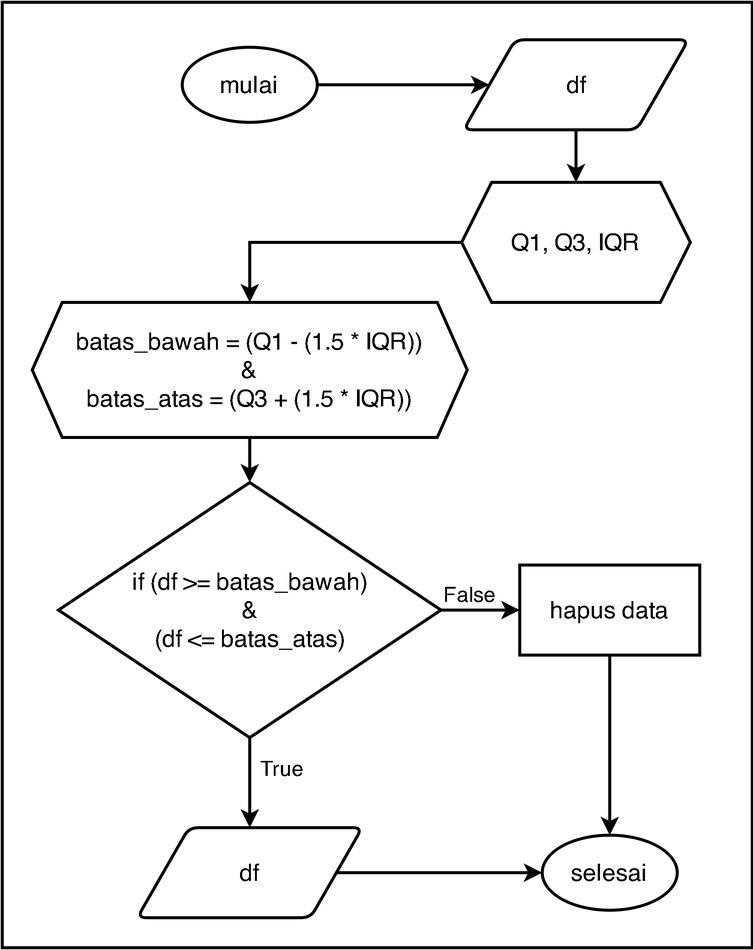
Earlier version of the draw.io export Images/flowchart_menghapus_outlier.png (rshby/skripsi). Source tidied: cells renumbered, new cells last; positions are measured from the earlier drawing's top-left corner, leaving out a move shared by most shapes. The source it was exported from:
```xml
<mxGraphModel>
  <root>
    <mxCell id="0" />
    <mxCell id="1" parent="0" />
    <mxCell id="2" style="group;" parent="1" vertex="1">
      <mxGeometry width="500" height="630" as="geometry" />
    </mxCell>
    <mxCell id="3" style="rounded=0;whiteSpace=wrap;html=1;strokeWidth=2;" parent="2" vertex="1">
      <mxGeometry width="500" height="630" as="geometry" />
    </mxCell>
    <mxCell id="4" value="&lt;font style=&quot;font-size: 16px&quot;&gt;mulai&lt;/font&gt;" style="strokeWidth=2;html=1;shape=mxgraph.flowchart.start_1;whiteSpace=wrap;" parent="2" vertex="1">
      <mxGeometry x="120" y="30" width="90" height="50" as="geometry" />
    </mxCell>
    <mxCell id="5" value="&lt;font style=&quot;font-size: 16px&quot;&gt;df&lt;/font&gt;" style="shape=parallelogram;html=1;strokeWidth=2;perimeter=parallelogramPerimeter;whiteSpace=wrap;rounded=1;arcSize=12;size=0.23;" parent="2" vertex="1">
      <mxGeometry x="307.5" y="25" width="150" height="60" as="geometry" />
    </mxCell>
    <mxCell id="6" style="endArrow=classic;html=1;strokeWidth=2;exitX=1;exitY=0.5;exitDx=0;exitDy=0;exitPerimeter=0;entryX=0;entryY=0.5;entryDx=0;entryDy=0;" parent="2" edge="1" source="4" target="5">
      <mxGeometry x="20" as="geometry" />
    </mxCell>
    <mxCell id="7" value="&lt;span style=&quot;font-size: 16px&quot;&gt;selesai&lt;/span&gt;" style="strokeWidth=2;html=1;shape=mxgraph.flowchart.start_1;whiteSpace=wrap;" parent="2" vertex="1">
      <mxGeometry x="360" y="555" width="90" height="50" as="geometry" />
    </mxCell>
    <mxCell id="8" value="&lt;font style=&quot;font-size: 16px&quot;&gt;df&lt;/font&gt;" style="shape=parallelogram;html=1;strokeWidth=2;perimeter=parallelogramPerimeter;whiteSpace=wrap;rounded=1;arcSize=12;size=0.23;" parent="2" vertex="1">
      <mxGeometry x="90" y="550" width="150" height="60" as="geometry" />
    </mxCell>
    <mxCell id="9" style="endArrow=classic;html=1;exitX=1;exitY=0.5;exitDx=0;exitDy=0;entryX=0;entryY=0.5;entryDx=0;entryDy=0;entryPerimeter=0;strokeWidth=2;" parent="2" edge="1" source="8" target="7">
      <mxGeometry x="20" as="geometry" />
    </mxCell>
    <mxCell id="10" value="&lt;font style=&quot;font-size: 16px&quot;&gt;if (df &amp;gt;= batas_bawah)&lt;br&gt;&amp;amp;&lt;br&gt;(df &amp;lt;= batas_atas)&lt;/font&gt;" style="rhombus;whiteSpace=wrap;html=1;strokeWidth=2;" parent="2" vertex="1">
      <mxGeometry x="37.5" y="320" width="255" height="170" as="geometry" />
    </mxCell>
    <mxCell id="11" style="endArrow=classic;html=1;strokeWidth=2;exitX=0.5;exitY=1;exitDx=0;exitDy=0;entryX=0.5;entryY=0;entryDx=0;entryDy=0;" parent="2" edge="1" source="10" target="8">
      <mxGeometry x="20" as="geometry" />
    </mxCell>
    <mxCell id="12" style="endArrow=classic;html=1;strokeWidth=2;exitX=0.5;exitY=1;exitDx=0;exitDy=0;entryX=0.5;entryY=0;entryDx=0;entryDy=0;" parent="2" edge="1" source="5" target="18">
      <mxGeometry x="20" as="geometry" />
    </mxCell>
    <mxCell id="13" value="&lt;font style=&quot;font-size: 16px&quot;&gt;hapus data&lt;/font&gt;" style="rounded=0;whiteSpace=wrap;html=1;strokeWidth=2;" parent="2" vertex="1">
      <mxGeometry x="345" y="375" width="120" height="60" as="geometry" />
    </mxCell>
    <mxCell id="14" style="endArrow=classic;html=1;strokeWidth=2;exitX=1;exitY=0.5;exitDx=0;exitDy=0;entryX=0;entryY=0.5;entryDx=0;entryDy=0;" parent="2" edge="1" source="10" target="13">
      <mxGeometry x="20" as="geometry" />
    </mxCell>
    <mxCell id="15" style="endArrow=classic;html=1;strokeWidth=2;exitX=0.5;exitY=1;exitDx=0;exitDy=0;entryX=0.5;entryY=0;entryDx=0;entryDy=0;entryPerimeter=0;" parent="2" edge="1" source="13" target="7">
      <mxGeometry x="20" as="geometry" />
    </mxCell>
    <mxCell id="16" value="&lt;font style=&quot;font-size: 14px&quot;&gt;False&lt;/font&gt;" style="text;html=1;strokeColor=none;fillColor=none;align=center;verticalAlign=middle;whiteSpace=wrap;rounded=0;" parent="2" vertex="1">
      <mxGeometry x="292" y="384" width="40" height="20" as="geometry" />
    </mxCell>
    <mxCell id="17" value="&lt;font style=&quot;font-size: 14px&quot;&gt;True&lt;/font&gt;" style="text;html=1;strokeColor=none;fillColor=none;align=center;verticalAlign=middle;whiteSpace=wrap;rounded=0;" parent="2" vertex="1">
      <mxGeometry x="167" y="500" width="40" height="20" as="geometry" />
    </mxCell>
    <mxCell id="18" value="&lt;font style=&quot;font-size: 16px&quot;&gt;Q1, Q3, IQR&lt;/font&gt;" style="shape=hexagon;perimeter=hexagonPerimeter2;whiteSpace=wrap;html=1;fixedSize=1;strokeWidth=2;" parent="2" vertex="1">
      <mxGeometry x="306.2" y="120" width="152.5" height="80" as="geometry" />
    </mxCell>
    <mxCell id="19" value="&lt;font style=&quot;font-size: 16px&quot;&gt;batas_bawah = (Q1 - (1.5 * IQR))&lt;br&gt;&amp;amp;&lt;br&gt;batas_atas = (Q3 + (1.5 * IQR))&lt;/font&gt;" style="shape=hexagon;perimeter=hexagonPerimeter2;whiteSpace=wrap;html=1;fixedSize=1;strokeWidth=2;" parent="2" vertex="1">
      <mxGeometry x="20" y="200" width="290" height="90" as="geometry" />
    </mxCell>
    <mxCell id="20" style="endArrow=classic;html=1;strokeWidth=2;exitX=0.5;exitY=1;exitDx=0;exitDy=0;entryX=0.5;entryY=0;entryDx=0;entryDy=0;" parent="2" edge="1" source="19" target="10">
      <mxGeometry relative="1" as="geometry" />
    </mxCell>
    <mxCell id="21" style="endArrow=classic;html=1;strokeWidth=2;exitX=0;exitY=0.5;exitDx=0;exitDy=0;entryX=0.5;entryY=0;entryDx=0;entryDy=0;rounded=0;" parent="2" edge="1" source="18" target="19">
      <mxGeometry relative="1" as="geometry">
        <Array as="points">
          <mxPoint x="165" y="160" />
        </Array>
      </mxGeometry>
    </mxCell>
  </root>
</mxGraphModel>
```
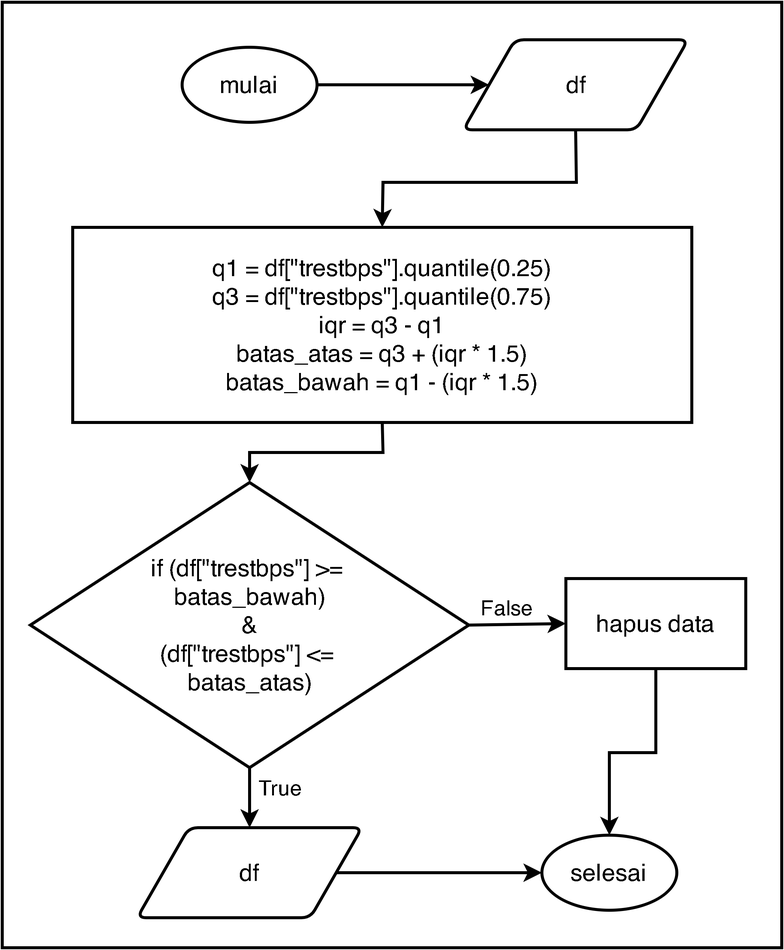
Later version of the same file.

Commit message:
Update Gambar FLowchart

What changed in the source:
```diff
@@ -2,69 +2,74 @@
   <root>
     <mxCell id="0" />
     <mxCell id="1" parent="0" />
-    <mxCell id="2" style="group;" parent="1" vertex="1">
-      <mxGeometry width="500" height="630" as="geometry" />
-    </mxCell>
+    <mxCell id="22" style="group;" parent="1" vertex="1">
+      <mxGeometry width="520" height="630" as="geometry" />
+    </mxCell>
-    <mxCell id="3" style="rounded=0;whiteSpace=wrap;html=1;strokeWidth=2;" parent="2" vertex="1">
-      <mxGeometry width="500" height="630" as="geometry" />
+    <mxCell id="3" style="rounded=0;whiteSpace=wrap;html=1;strokeWidth=2;" parent="22" vertex="1">
+      <mxGeometry width="520" height="630" as="geometry" />
     </mxCell>
-    <mxCell id="4" value="&lt;font style=&quot;font-size: 16px&quot;&gt;mulai&lt;/font&gt;" style="strokeWidth=2;html=1;shape=mxgraph.flowchart.start_1;whiteSpace=wrap;" parent="2" vertex="1">
+    <mxCell id="4" value="&lt;font style=&quot;font-size: 16px&quot;&gt;mulai&lt;/font&gt;" style="strokeWidth=2;html=1;shape=mxgraph.flowchart.start_1;whiteSpace=wrap;" parent="22" vertex="1">
       <mxGeometry x="120" y="30" width="90" height="50" as="geometry" />
     </mxCell>
-    <mxCell id="5" value="&lt;font style=&quot;font-size: 16px&quot;&gt;df&lt;/font&gt;" style="shape=parallelogram;html=1;strokeWidth=2;perimeter=parallelogramPerimeter;whiteSpace=wrap;rounded=1;arcSize=12;size=0.23;" parent="2" vertex="1">
+    <mxCell id="5" value="&lt;font style=&quot;font-size: 16px&quot;&gt;df&lt;/font&gt;" style="shape=parallelogram;html=1;strokeWidth=2;perimeter=parallelogramPerimeter;whiteSpace=wrap;rounded=1;arcSize=12;size=0.23;" parent="22" vertex="1">
       <mxGeometry x="307.5" y="25" width="150" height="60" as="geometry" />
     </mxCell>
-    <mxCell id="6" style="endArrow=classic;html=1;strokeWidth=2;exitX=1;exitY=0.5;exitDx=0;exitDy=0;exitPerimeter=0;entryX=0;entryY=0.5;entryDx=0;entryDy=0;" parent="2" edge="1" source="4" target="5">
+    <mxCell id="6" style="endArrow=classic;html=1;strokeWidth=2;exitX=1;exitY=0.5;exitDx=0;exitDy=0;exitPerimeter=0;entryX=0;entryY=0.5;entryDx=0;entryDy=0;" parent="22" edge="1" source="4" target="5">
       <mxGeometry x="20" as="geometry" />
     </mxCell>
-    <mxCell id="7" value="&lt;span style=&quot;font-size: 16px&quot;&gt;selesai&lt;/span&gt;" style="strokeWidth=2;html=1;shape=mxgraph.flowchart.start_1;whiteSpace=wrap;" parent="2" vertex="1">
+    <mxCell id="7" value="&lt;span style=&quot;font-size: 16px&quot;&gt;selesai&lt;/span&gt;" style="strokeWidth=2;html=1;shape=mxgraph.flowchart.start_1;whiteSpace=wrap;" parent="22" vertex="1">
       <mxGeometry x="360" y="555" width="90" height="50" as="geometry" />
     </mxCell>
-    <mxCell id="8" value="&lt;font style=&quot;font-size: 16px&quot;&gt;df&lt;/font&gt;" style="shape=parallelogram;html=1;strokeWidth=2;perimeter=parallelogramPerimeter;whiteSpace=wrap;rounded=1;arcSize=12;size=0.23;" parent="2" vertex="1">
+    <mxCell id="8" value="&lt;font style=&quot;font-size: 16px&quot;&gt;df&lt;/font&gt;" style="shape=parallelogram;html=1;strokeWidth=2;perimeter=parallelogramPerimeter;whiteSpace=wrap;rounded=1;arcSize=12;size=0.23;" parent="22" vertex="1">
       <mxGeometry x="90" y="550" width="150" height="60" as="geometry" />
     </mxCell>
-    <mxCell id="9" style="endArrow=classic;html=1;exitX=1;exitY=0.5;exitDx=0;exitDy=0;entryX=0;entryY=0.5;entryDx=0;entryDy=0;entryPerimeter=0;strokeWidth=2;" parent="2" edge="1" source="8" target="7">
+    <mxCell id="9" style="endArrow=classic;html=1;exitX=1;exitY=0.5;exitDx=0;exitDy=0;entryX=0;entryY=0.5;entryDx=0;entryDy=0;entryPerimeter=0;strokeWidth=2;" parent="22" edge="1" source="8" target="7">
       <mxGeometry x="20" as="geometry" />
     </mxCell>
-    <mxCell id="10" value="&lt;font style=&quot;font-size: 16px&quot;&gt;if (df &amp;gt;= batas_bawah)&lt;br&gt;&amp;amp;&lt;br&gt;(df &amp;lt;= batas_atas)&lt;/font&gt;" style="rhombus;whiteSpace=wrap;html=1;strokeWidth=2;" parent="2" vertex="1">
-      <mxGeometry x="37.5" y="320" width="255" height="170" as="geometry" />
+    <mxCell id="10" value="&lt;font style=&quot;font-size: 16px&quot;&gt;if (df[&quot;trestbps&quot;] &amp;gt;= &lt;br&gt;batas_bawah)&lt;br&gt;&amp;amp;&lt;br&gt;(df[&quot;trestbps&quot;] &amp;lt;= &lt;br&gt;batas_atas)&lt;/font&gt;" style="rhombus;whiteSpace=wrap;html=1;strokeWidth=2;" parent="22" vertex="1">
+      <mxGeometry x="18.8" y="320" width="292.5" height="190" as="geometry" />
     </mxCell>
-    <mxCell id="11" style="endArrow=classic;html=1;strokeWidth=2;exitX=0.5;exitY=1;exitDx=0;exitDy=0;entryX=0.5;entryY=0;entryDx=0;entryDy=0;" parent="2" edge="1" source="10" target="8">
+    <mxCell id="11" style="endArrow=classic;html=1;strokeWidth=2;exitX=0.5;exitY=1;exitDx=0;exitDy=0;entryX=0.5;entryY=0;entryDx=0;entryDy=0;" parent="22" edge="1" source="10" target="8">
       <mxGeometry x="20" as="geometry" />
     </mxCell>
-    <mxCell id="12" style="endArrow=classic;html=1;strokeWidth=2;exitX=0.5;exitY=1;exitDx=0;exitDy=0;entryX=0.5;entryY=0;entryDx=0;entryDy=0;" parent="2" edge="1" source="5" target="18">
-      <mxGeometry x="20" as="geometry" />
+    <mxCell id="12" style="endArrow=classic;html=1;strokeWidth=2;exitX=0.5;exitY=1;exitDx=0;exitDy=0;entryX=0.5;entryY=0;entryDx=0;entryDy=0;rounded=0;" parent="22" edge="1" source="5" target="23">
+      <mxGeometry x="20" as="geometry">
+        <Array as="points">
+          <mxPoint x="383" y="120" />
+          <mxPoint x="254" y="120" />
+        </Array>
+      </mxGeometry>
     </mxCell>
-    <mxCell id="13" value="&lt;font style=&quot;font-size: 16px&quot;&gt;hapus data&lt;/font&gt;" style="rounded=0;whiteSpace=wrap;html=1;strokeWidth=2;" parent="2" vertex="1">
-      <mxGeometry x="345" y="375" width="120" height="60" as="geometry" />
+    <mxCell id="13" value="&lt;font style=&quot;font-size: 16px&quot;&gt;hapus data&lt;/font&gt;" style="rounded=0;whiteSpace=wrap;html=1;strokeWidth=2;" parent="22" vertex="1">
+      <mxGeometry x="376" y="384" width="120" height="60" as="geometry" />
     </mxCell>
-    <mxCell id="14" style="endArrow=classic;html=1;strokeWidth=2;exitX=1;exitY=0.5;exitDx=0;exitDy=0;entryX=0;entryY=0.5;entryDx=0;entryDy=0;" parent="2" edge="1" source="10" target="13">
+    <mxCell id="14" style="endArrow=classic;html=1;strokeWidth=2;exitX=1;exitY=0.5;exitDx=0;exitDy=0;entryX=0;entryY=0.5;entryDx=0;entryDy=0;" parent="22" edge="1" source="10" target="13">
       <mxGeometry x="20" as="geometry" />
     </mxCell>
-    <mxCell id="15" style="endArrow=classic;html=1;strokeWidth=2;exitX=0.5;exitY=1;exitDx=0;exitDy=0;entryX=0.5;entryY=0;entryDx=0;entryDy=0;entryPerimeter=0;" parent="2" edge="1" source="13" target="7">
-      <mxGeometry x="20" as="geometry" />
+    <mxCell id="15" style="endArrow=classic;html=1;strokeWidth=2;exitX=0.5;exitY=1;exitDx=0;exitDy=0;entryX=0.5;entryY=0;entryDx=0;entryDy=0;entryPerimeter=0;rounded=0;" parent="22" edge="1" source="13" target="7">
+      <mxGeometry x="20" as="geometry">
+        <Array as="points">
+          <mxPoint x="436" y="500" />
+          <mxPoint x="405" y="500" />
+        </Array>
+      </mxGeometry>
     </mxCell>
-    <mxCell id="16" value="&lt;font style=&quot;font-size: 14px&quot;&gt;False&lt;/font&gt;" style="text;html=1;strokeColor=none;fillColor=none;align=center;verticalAlign=middle;whiteSpace=wrap;rounded=0;" parent="2" vertex="1">
-      <mxGeometry x="292" y="384" width="40" height="20" as="geometry" />
+    <mxCell id="16" value="&lt;font style=&quot;font-size: 14px&quot;&gt;False&lt;/font&gt;" style="text;html=1;strokeColor=none;fillColor=none;align=center;verticalAlign=middle;whiteSpace=wrap;rounded=0;" parent="22" vertex="1">
+      <mxGeometry x="317" y="393" width="40" height="20" as="geometry" />
     </mxCell>
-    <mxCell id="17" value="&lt;font style=&quot;font-size: 14px&quot;&gt;True&lt;/font&gt;" style="text;html=1;strokeColor=none;fillColor=none;align=center;verticalAlign=middle;whiteSpace=wrap;rounded=0;" parent="2" vertex="1">
-      <mxGeometry x="167" y="500" width="40" height="20" as="geometry" />
+    <mxCell id="17" value="&lt;font style=&quot;font-size: 14px&quot;&gt;True&lt;/font&gt;" style="text;html=1;strokeColor=none;fillColor=none;align=center;verticalAlign=middle;whiteSpace=wrap;rounded=0;" parent="22" vertex="1">
+      <mxGeometry x="166" y="513" width="40" height="20" as="geometry" />
     </mxCell>
-    <mxCell id="18" value="&lt;font style=&quot;font-size: 16px&quot;&gt;Q1, Q3, IQR&lt;/font&gt;" style="shape=hexagon;perimeter=hexagonPerimeter2;whiteSpace=wrap;html=1;fixedSize=1;strokeWidth=2;" parent="2" vertex="1">
-      <mxGeometry x="306.2" y="120" width="152.5" height="80" as="geometry" />
-    </mxCell>
-    <mxCell id="19" value="&lt;font style=&quot;font-size: 16px&quot;&gt;batas_bawah = (Q1 - (1.5 * IQR))&lt;br&gt;&amp;amp;&lt;br&gt;batas_atas = (Q3 + (1.5 * IQR))&lt;/font&gt;" style="shape=hexagon;perimeter=hexagonPerimeter2;whiteSpace=wrap;html=1;fixedSize=1;strokeWidth=2;" parent="2" vertex="1">
-      <mxGeometry x="20" y="200" width="290" height="90" as="geometry" />
-    </mxCell>
-    <mxCell id="20" style="endArrow=classic;html=1;strokeWidth=2;exitX=0.5;exitY=1;exitDx=0;exitDy=0;entryX=0.5;entryY=0;entryDx=0;entryDy=0;" parent="2" edge="1" source="19" target="10">
-      <mxGeometry relative="1" as="geometry" />
+    <mxCell id="20" style="endArrow=classic;html=1;strokeWidth=2;exitX=0.5;exitY=1;exitDx=0;exitDy=0;entryX=0.5;entryY=0;entryDx=0;entryDy=0;rounded=0;" parent="22" edge="1" source="23" target="10">
+      <mxGeometry as="geometry">
+        <Array as="points">
+          <mxPoint x="254" y="300" />
+          <mxPoint x="165" y="300" />
+        </Array>
+      </mxGeometry>
     </mxCell>
-    <mxCell id="21" style="endArrow=classic;html=1;strokeWidth=2;exitX=0;exitY=0.5;exitDx=0;exitDy=0;entryX=0.5;entryY=0;entryDx=0;entryDy=0;rounded=0;" parent="2" edge="1" source="18" target="19">
-      <mxGeometry relative="1" as="geometry">
-        <Array as="points">
-          <mxPoint x="165" y="160" />
-        </Array>
-      </mxGeometry>
-    </mxCell>
+    <mxCell id="23" value="&lt;font style=&quot;font-size: 16px&quot;&gt;q1 = df[&quot;trestbps&quot;].quantile(0.25)&lt;br&gt;q3 = df[&quot;trestbps&quot;].quantile(0.75)&lt;br&gt;iqr = q3 - q1&lt;br&gt;batas_atas = q3 + (iqr * 1.5)&lt;br&gt;batas_bawah = q1 - (iqr * 1.5)&lt;br&gt;&lt;/font&gt;" style="rounded=0;whiteSpace=wrap;html=1;strokeWidth=2;" parent="22" vertex="1">
+      <mxGeometry x="47" y="150" width="413" height="130" as="geometry" />
+    </mxCell>
   </root>
 </mxGraphModel>
```
